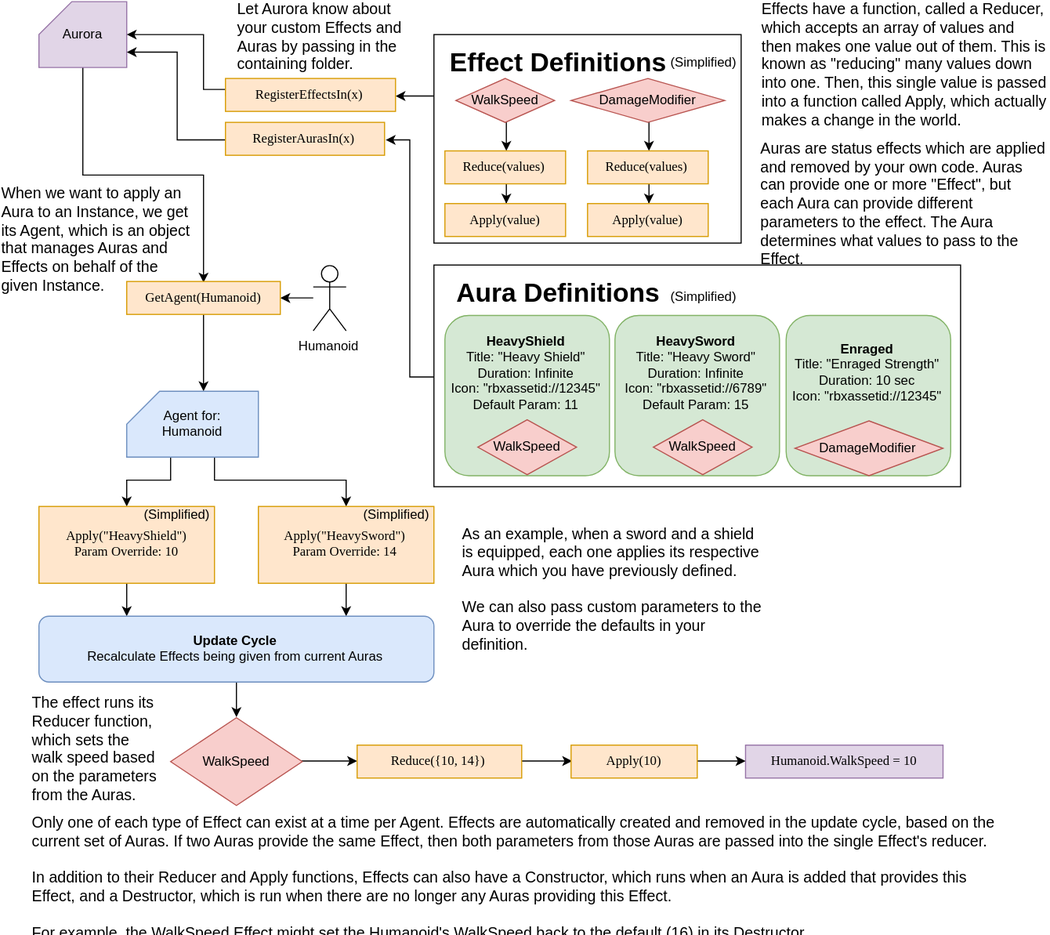
Earlier version of the draw.io export assets/Diagram.svg (evaera/Aurora). Source tidied: cells renumbered, new cells last; positions are measured from the earlier drawing's top-left corner, leaving out a move shared by most shapes.
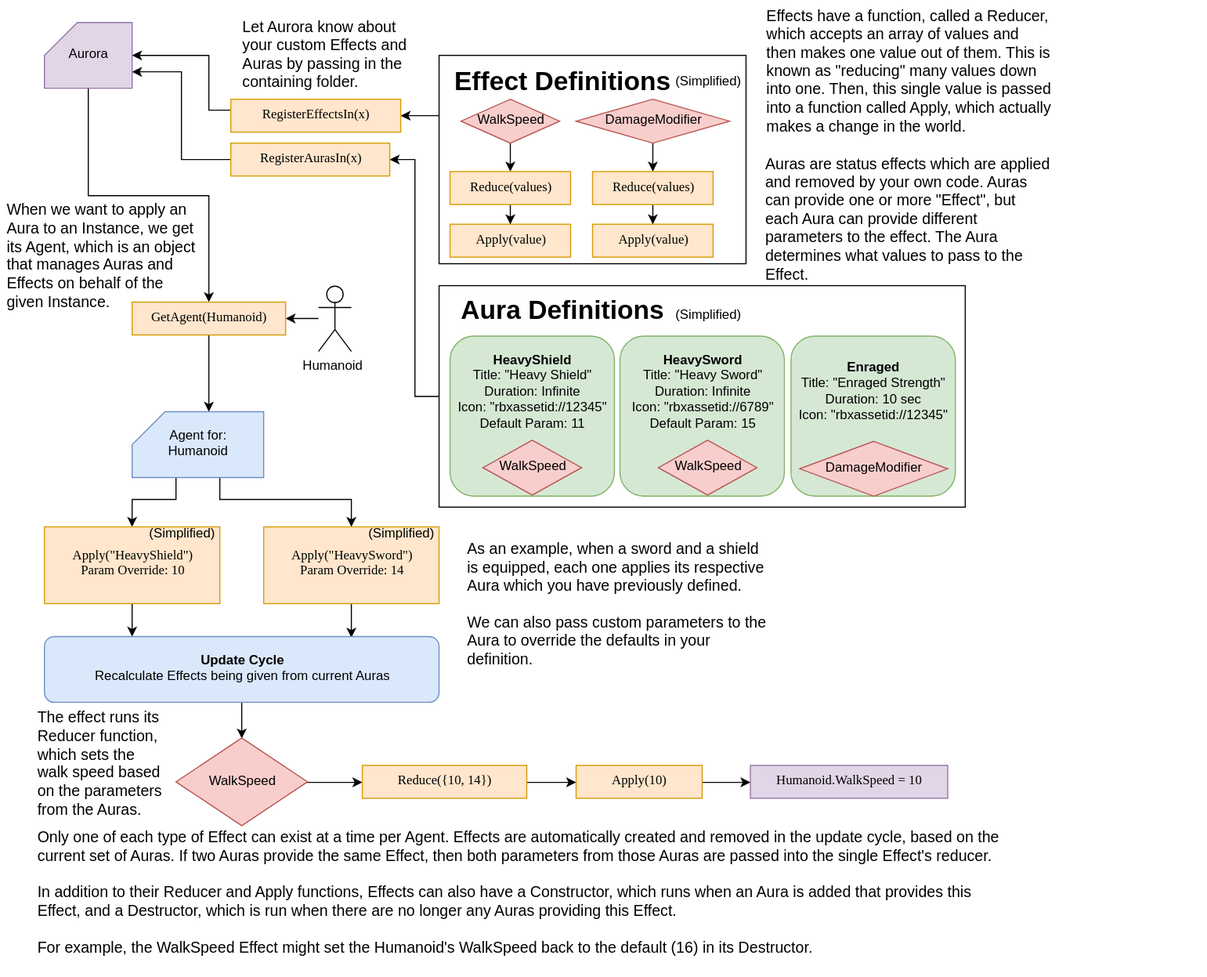
Above is the later version.

Commit message:
Update flow chart

Diff of the diagram source:
```diff
@@ -2,6 +2,9 @@
   <root>
     <mxCell id="0" />
     <mxCell id="1" parent="0" />
+    <mxCell id="61" style="rounded=0;whiteSpace=wrap;html=1;fillColor=none;strokeColor=none;" parent="1" vertex="1">
+      <mxGeometry x="-5" y="-20" width="1100" height="890" as="geometry" />
+    </mxCell>
     <mxCell id="2" style="edgeStyle=orthogonalEdgeStyle;rounded=0;html=1;entryX=1;entryY=0.5;jettySize=auto;" parent="1" edge="1" source="3" target="7">
       <mxGeometry relative="1" as="geometry" />
     </mxCell>
```
